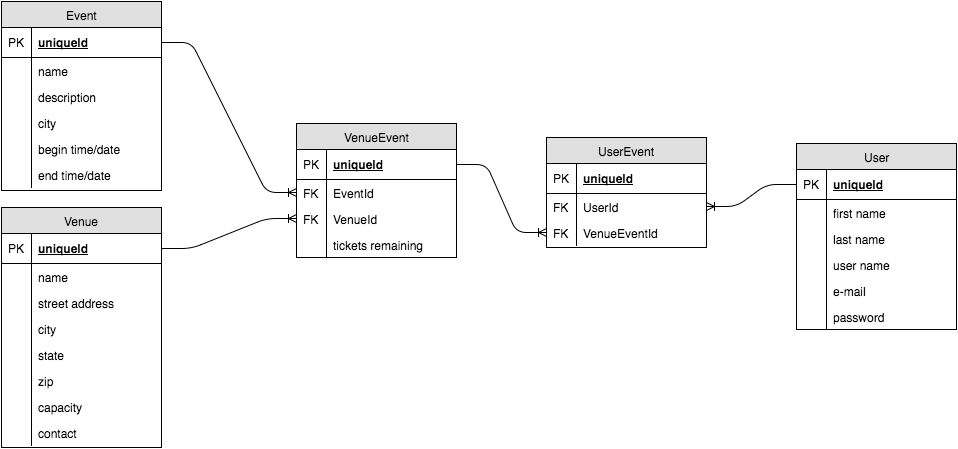
Earlier version of the draw.io export showdark.png (nss-day-cohort-13/eventshine-showdark). Source tidied: cells renumbered, new cells last; positions are measured from the earlier drawing's top-left corner, leaving out a move shared by most shapes.
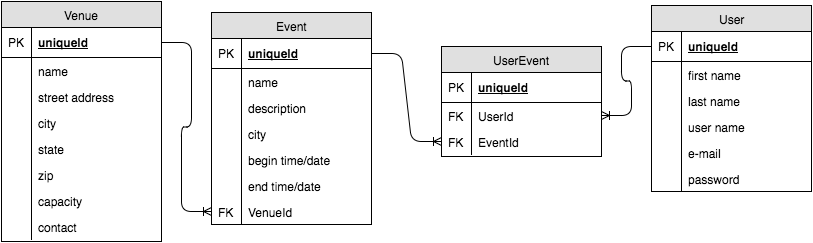
The same diagram one commit later.

Change to the diagram source:
```diff
@@ -3,7 +3,7 @@
     <mxCell id="0" />
     <mxCell id="1" parent="0" />
     <mxCell id="2" value="Event" style="swimlane;html=1;fontStyle=0;horizontal=1;startSize=26;fillColor=#e0e0e0;swimlaneFillColor=#ffffff;align=center;" parent="1" vertex="1">
-      <mxGeometry width="160" height="189" as="geometry" />
+      <mxGeometry x="265" y="67" width="160" height="212" as="geometry" />
     </mxCell>
     <mxCell id="3" value="uniqueId" style="shape=partialRectangle;top=0;left=0;right=0;bottom=1;html=1;align=left;verticalAlign=middle;fillColor=none;spacingLeft=34;spacingRight=4;whiteSpace=wrap;overflow=hidden;points=[[0,0.5],[1,0.5]];portConstraint=eastwest;fontStyle=5;" parent="2" vertex="1">
       <mxGeometry y="26" width="160" height="30" as="geometry" />
@@ -41,8 +41,14 @@
     <mxCell id="14" style="shape=partialRectangle;top=0;left=0;bottom=0;html=1;fillColor=none;align=left;verticalAlign=top;spacingLeft=4;spacingRight=4;whiteSpace=wrap;overflow=hidden;" parent="13" vertex="1">
       <mxGeometry width="30" height="26" as="geometry" />
     </mxCell>
+    <mxCell id="50" value="VenueId" style="shape=partialRectangle;top=0;left=0;right=0;bottom=0;html=1;align=left;verticalAlign=top;fillColor=none;spacingLeft=34;spacingRight=4;whiteSpace=wrap;overflow=hidden;points=[[0,0.5],[1,0.5]];portConstraint=eastwest;" parent="2" vertex="1">
+      <mxGeometry y="186" width="160" height="26" as="geometry" />
+    </mxCell>
+    <mxCell id="65" value="FK" style="shape=partialRectangle;top=0;left=0;bottom=0;html=1;fillColor=none;align=left;verticalAlign=top;spacingLeft=4;spacingRight=4;whiteSpace=wrap;overflow=hidden;" parent="50" vertex="1">
+      <mxGeometry width="30" height="26" as="geometry" />
+    </mxCell>
     <mxCell id="15" value="Venue" style="swimlane;html=1;fontStyle=0;horizontal=1;startSize=26;fillColor=#e0e0e0;swimlaneFillColor=#ffffff;align=center;" parent="1" vertex="1">
-      <mxGeometry y="206" width="160" height="240" as="geometry" />
+      <mxGeometry x="55" y="56" width="160" height="240" as="geometry" />
     </mxCell>
     <mxCell id="16" value="uniqueId" style="shape=partialRectangle;top=0;left=0;right=0;bottom=1;html=1;align=left;verticalAlign=middle;fillColor=none;spacingLeft=34;spacingRight=4;whiteSpace=wrap;overflow=hidden;points=[[0,0.5],[1,0.5]];portConstraint=eastwest;fontStyle=5;" parent="15" vertex="1">
       <mxGeometry y="26" width="160" height="30" as="geometry" />
@@ -93,7 +99,7 @@
       <mxGeometry width="30" height="26" as="geometry" />
     </mxCell>
     <mxCell id="32" value="User" style="swimlane;html=1;fontStyle=0;horizontal=1;startSize=26;fillColor=#e0e0e0;swimlaneFillColor=#ffffff;align=center;" parent="1" vertex="1">
-      <mxGeometry x="795" y="142" width="160" height="186" as="geometry" />
+      <mxGeometry x="705" y="60" width="160" height="186" as="geometry" />
     </mxCell>
     <mxCell id="33" value="uniqueId" style="shape=partialRectangle;top=0;left=0;right=0;bottom=1;html=1;align=left;verticalAlign=middle;fillColor=none;spacingLeft=34;spacingRight=4;whiteSpace=wrap;overflow=hidden;points=[[0,0.5],[1,0.5]];portConstraint=eastwest;fontStyle=5;" parent="32" vertex="1">
       <mxGeometry y="26" width="160" height="30" as="geometry" />
@@ -131,35 +137,8 @@
     <mxCell id="44" style="shape=partialRectangle;top=0;left=0;bottom=0;html=1;fillColor=none;align=left;verticalAlign=top;spacingLeft=4;spacingRight=4;whiteSpace=wrap;overflow=hidden;" parent="43" vertex="1">
       <mxGeometry width="30" height="26" as="geometry" />
     </mxCell>
-    <mxCell id="45" value="VenueEvent" style="swimlane;html=1;fontStyle=0;horizontal=1;startSize=26;fillColor=#e0e0e0;swimlaneFillColor=#ffffff;align=center;" parent="1" vertex="1">
-      <mxGeometry x="295" y="122" width="160" height="134" as="geometry" />
-    </mxCell>
-    <mxCell id="46" value="uniqueId" style="shape=partialRectangle;top=0;left=0;right=0;bottom=1;html=1;align=left;verticalAlign=middle;fillColor=none;spacingLeft=34;spacingRight=4;whiteSpace=wrap;overflow=hidden;points=[[0,0.5],[1,0.5]];portConstraint=eastwest;fontStyle=5;" parent="45" vertex="1">
-      <mxGeometry y="26" width="160" height="30" as="geometry" />
-    </mxCell>
-    <mxCell id="47" value="PK" style="shape=partialRectangle;top=0;left=0;bottom=0;html=1;fillColor=none;align=left;verticalAlign=middle;spacingLeft=4;spacingRight=4;whiteSpace=wrap;overflow=hidden;" parent="46" vertex="1">
-      <mxGeometry width="30" height="30" as="geometry" />
-    </mxCell>
-    <mxCell id="48" value="EventId" style="shape=partialRectangle;top=0;left=0;right=0;bottom=0;html=1;align=left;verticalAlign=top;fillColor=none;spacingLeft=34;spacingRight=4;whiteSpace=wrap;overflow=hidden;points=[[0,0.5],[1,0.5]];portConstraint=eastwest;" parent="45" vertex="1">
-      <mxGeometry y="56" width="160" height="26" as="geometry" />
-    </mxCell>
-    <mxCell id="49" value="FK" style="shape=partialRectangle;top=0;left=0;bottom=0;html=1;fillColor=none;align=left;verticalAlign=top;spacingLeft=4;spacingRight=4;whiteSpace=wrap;overflow=hidden;" parent="48" vertex="1">
-      <mxGeometry width="30" height="26" as="geometry" />
-    </mxCell>
-    <mxCell id="50" value="VenueId" style="shape=partialRectangle;top=0;left=0;right=0;bottom=0;html=1;align=left;verticalAlign=top;fillColor=none;spacingLeft=34;spacingRight=4;whiteSpace=wrap;overflow=hidden;points=[[0,0.5],[1,0.5]];portConstraint=eastwest;" parent="45" vertex="1">
-      <mxGeometry y="82" width="160" height="26" as="geometry" />
-    </mxCell>
-    <mxCell id="51" value="FK" style="shape=partialRectangle;top=0;left=0;bottom=0;html=1;fillColor=none;align=left;verticalAlign=top;spacingLeft=4;spacingRight=4;whiteSpace=wrap;overflow=hidden;" parent="50" vertex="1">
-      <mxGeometry width="30" height="26" as="geometry" />
-    </mxCell>
-    <mxCell id="52" value="tickets remaining" style="shape=partialRectangle;top=0;left=0;right=0;bottom=0;html=1;align=left;verticalAlign=top;fillColor=none;spacingLeft=34;spacingRight=4;whiteSpace=wrap;overflow=hidden;" parent="45" vertex="1">
-      <mxGeometry y="108" width="160" height="26" as="geometry" />
-    </mxCell>
-    <mxCell id="53" style="shape=partialRectangle;top=0;left=0;bottom=0;html=1;fillColor=none;align=left;verticalAlign=top;spacingLeft=4;spacingRight=4;whiteSpace=wrap;overflow=hidden;" parent="52" vertex="1">
-      <mxGeometry width="30" height="26" as="geometry" />
-    </mxCell>
     <mxCell id="54" value="UserEvent" style="swimlane;html=1;fontStyle=0;horizontal=1;startSize=26;fillColor=#e0e0e0;swimlaneFillColor=#ffffff;align=center;" parent="1" vertex="1">
-      <mxGeometry x="545" y="136" width="160" height="110" as="geometry" />
+      <mxGeometry x="495" y="101" width="160" height="110" as="geometry" />
     </mxCell>
     <mxCell id="55" value="uniqueId" style="shape=partialRectangle;top=0;left=0;right=0;bottom=1;html=1;align=left;verticalAlign=middle;fillColor=none;spacingLeft=34;spacingRight=4;whiteSpace=wrap;overflow=hidden;fontStyle=5;" parent="54" vertex="1">
       <mxGeometry y="26" width="160" height="30" as="geometry" />
@@ -173,23 +152,20 @@
     <mxCell id="58" value="FK" style="shape=partialRectangle;top=0;left=0;bottom=0;html=1;fillColor=none;align=left;verticalAlign=top;spacingLeft=4;spacingRight=4;whiteSpace=wrap;overflow=hidden;" parent="57" vertex="1">
       <mxGeometry width="30" height="26" as="geometry" />
     </mxCell>
-    <mxCell id="59" value="VenueEventId&lt;div&gt;&lt;br&gt;&lt;/div&gt;" style="shape=partialRectangle;top=0;left=0;right=0;bottom=0;html=1;align=left;verticalAlign=top;fillColor=none;spacingLeft=34;spacingRight=4;whiteSpace=wrap;overflow=hidden;points=[[0,0.5],[1,0.5]];portConstraint=eastwest;" parent="54" vertex="1">
+    <mxCell id="59" value="&lt;div&gt;EventId&lt;/div&gt;" style="shape=partialRectangle;top=0;left=0;right=0;bottom=0;html=1;align=left;verticalAlign=top;fillColor=none;spacingLeft=34;spacingRight=4;whiteSpace=wrap;overflow=hidden;points=[[0,0.5],[1,0.5]];portConstraint=eastwest;" parent="54" vertex="1">
       <mxGeometry y="82" width="160" height="26" as="geometry" />
     </mxCell>
     <mxCell id="60" value="FK" style="shape=partialRectangle;top=0;left=0;bottom=0;html=1;fillColor=none;align=left;verticalAlign=top;spacingLeft=4;spacingRight=4;whiteSpace=wrap;overflow=hidden;" parent="59" vertex="1">
       <mxGeometry width="30" height="26" as="geometry" />
     </mxCell>
+    <mxCell id="64" style="edgeStyle=entityRelationEdgeStyle;html=1;endArrow=ERoneToMany;" parent="1" edge="1" source="33" target="57">
+      <mxGeometry relative="1" as="geometry" />
+    </mxCell>
+    <mxCell id="66" style="edgeStyle=entityRelationEdgeStyle;html=1;endArrow=ERoneToMany;" parent="1" edge="1" source="3" target="59">
+      <mxGeometry relative="1" as="geometry" />
+    </mxCell>
     <mxCell id="61" style="edgeStyle=entityRelationEdgeStyle;html=1;endArrow=ERoneToMany;" parent="1" edge="1" source="16" target="50">
       <mxGeometry relative="1" as="geometry" />
     </mxCell>
-    <mxCell id="62" style="edgeStyle=entityRelationEdgeStyle;html=1;endArrow=ERoneToMany;" parent="1" edge="1" source="3" target="48">
-      <mxGeometry relative="1" as="geometry" />
-    </mxCell>
-    <mxCell id="63" style="edgeStyle=entityRelationEdgeStyle;html=1;endArrow=ERoneToMany;" parent="1" edge="1" source="46" target="59">
-      <mxGeometry relative="1" as="geometry" />
-    </mxCell>
-    <mxCell id="64" style="edgeStyle=entityRelationEdgeStyle;html=1;endArrow=ERoneToMany;" parent="1" edge="1" source="33" target="57">
-      <mxGeometry relative="1" as="geometry" />
-    </mxCell>
   </root>
 </mxGraphModel>
```
